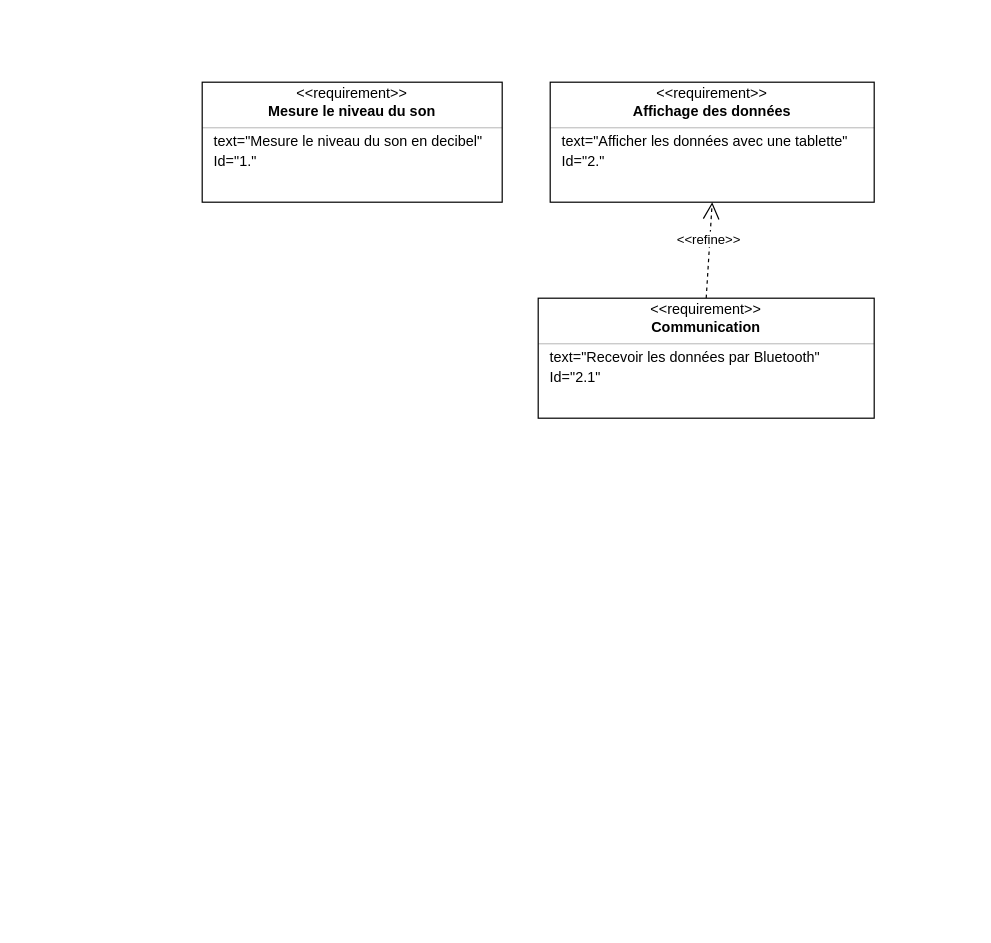
Before: Documents/Diagramme Sysml.drawio in Letsuchinoko/Projet_Drone, a draw.io diagram. Source tidied: cells renumbered, new cells numbered last; positions are measured from the earlier drawing's top-left corner, leaving out a move shared by most shapes. Both pictures are drawn from the tidied source at 120%, with x=0, y=0 at pixel (202, 82).
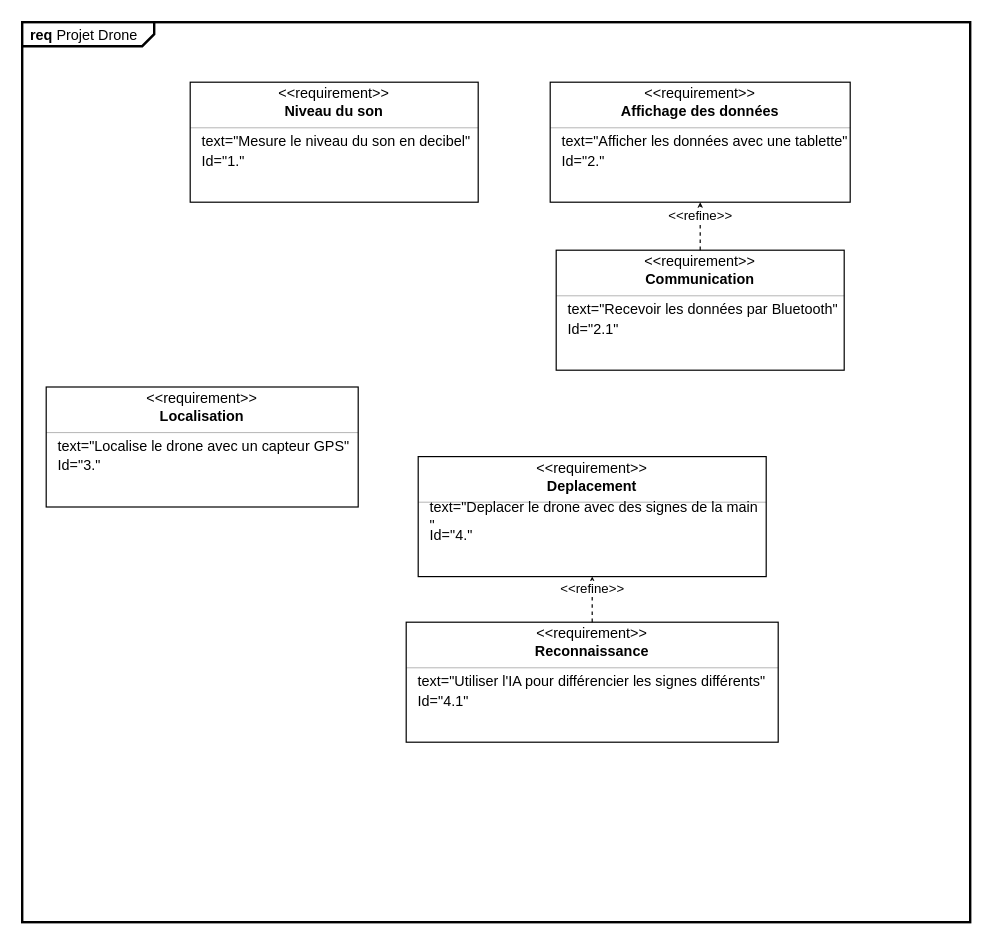
The same diagram, later.

Commit message (it also covers changes not shown here):
Diagramme des exigences

The edit, as a diff of the source:
```diff
@@
+    <mxCell id="24" value="&lt;p style=&quot;margin:0px;margin-top:4px;margin-left:7px;text-align:left;&quot;&gt;&lt;b&gt;req&lt;/b&gt;&amp;nbsp;Projet Drone&lt;/p&gt;" style="html=1;shape=mxgraph.sysml.package;overflow=fill;labelX=110;strokeWidth=2;align=center;" parent="1" vertex="1">
+      <mxGeometry x="-150" y="-50" width="790" height="750" as="geometry" />
+    </mxCell>
     <mxCell id="2" style="fontStyle=1;align=center;verticalAlign=middle;horizontal=1;" parent="1" vertex="1">
-      <mxGeometry width="250" height="100" as="geometry" />
+      <mxGeometry x="-10" width="240" height="100" as="geometry" />
     </mxCell>
     <mxCell id="3" value="&amp;lt;&amp;lt;requirement&amp;gt;&amp;gt;" style="html=1;align=center;spacing=0;verticalAlign=middle;strokeColor=none;fillColor=none;whiteSpace=wrap;spacingTop=3;" parent="2" vertex="1">
-      <mxGeometry width="250" height="16" as="geometry" />
+      <mxGeometry width="240" height="16" as="geometry" />
     </mxCell>
-    <mxCell id="4" value="Mesure le niveau du son" style="html=1;align=center;spacing=0;verticalAlign=middle;strokeColor=none;fillColor=none;whiteSpace=wrap;fontStyle=1;" parent="2" vertex="1">
-      <mxGeometry y="16" width="250" height="18" as="geometry" />
+    <mxCell id="4" value="Niveau du son" style="html=1;align=center;spacing=0;verticalAlign=middle;strokeColor=none;fillColor=none;whiteSpace=wrap;fontStyle=1;" parent="2" vertex="1">
+      <mxGeometry y="16" width="240" height="18" as="geometry" />
     </mxCell>
     <mxCell id="5" style="line;strokeWidth=0.25;fillColor=none;align=left;verticalAlign=middle;spacingTop=-1;spacingLeft=3;spacingRight=3;labelPosition=right;" parent="2" vertex="1">
-      <mxGeometry y="34" width="250" height="8" as="geometry" />
+      <mxGeometry y="34" width="240" height="8" as="geometry" />
     </mxCell>
     <mxCell id="6" value="text=&quot;Mesure le niveau du son en decibel&quot;" style="html=1;align=left;spacing=0;verticalAlign=middle;strokeColor=none;fillColor=none;whiteSpace=wrap;spacingLeft=10;" parent="2" vertex="1">
-      <mxGeometry y="42" width="250" height="16" as="geometry" />
+      <mxGeometry y="42" width="240" height="16" as="geometry" />
     </mxCell>
     <mxCell id="7" value="Id=&quot;1&lt;span style=&quot;background-color: transparent; color: light-dark(rgb(0, 0, 0), rgb(255, 255, 255));&quot;&gt;.&quot;&lt;/span&gt;" style="html=1;align=left;spacing=0;verticalAlign=middle;strokeColor=none;fillColor=none;whiteSpace=wrap;spacingLeft=10;" parent="2" vertex="1">
-      <mxGeometry y="58" width="250" height="16" as="geometry" />
+      <mxGeometry y="58" width="240" height="16" as="geometry" />
     </mxCell>
     <mxCell id="8" style="html=1;align=center;spacing=0;verticalAlign=middle;strokeColor=none;fillColor=none;whiteSpace=wrap;" parent="2" vertex="1">
-      <mxGeometry y="74" width="250" height="26" as="geometry" />
+      <mxGeometry y="74" width="240" height="26" as="geometry" />
     </mxCell>
     <mxCell id="9" style="fontStyle=1;align=center;verticalAlign=middle;horizontal=1;" parent="1" vertex="1">
-      <mxGeometry x="290" width="270" height="100" as="geometry" />
+      <mxGeometry x="290" width="250" height="100" as="geometry" />
     </mxCell>
     <mxCell id="10" value="&amp;lt;&amp;lt;requirement&amp;gt;&amp;gt;" style="html=1;align=center;spacing=0;verticalAlign=middle;strokeColor=none;fillColor=none;whiteSpace=wrap;spacingTop=3;" parent="9" vertex="1">
-      <mxGeometry width="270" height="16" as="geometry" />
+      <mxGeometry width="250" height="16" as="geometry" />
     </mxCell>
     <mxCell id="11" value="Affichage des données" style="html=1;align=center;spacing=0;verticalAlign=middle;strokeColor=none;fillColor=none;whiteSpace=wrap;fontStyle=1;" parent="9" vertex="1">
-      <mxGeometry y="16" width="270" height="18" as="geometry" />
+      <mxGeometry y="16" width="250" height="18" as="geometry" />
     </mxCell>
     <mxCell id="12" style="line;strokeWidth=0.25;fillColor=none;align=left;verticalAlign=middle;spacingTop=-1;spacingLeft=3;spacingRight=3;labelPosition=right;" parent="9" vertex="1">
-      <mxGeometry y="34" width="270" height="8" as="geometry" />
+      <mxGeometry y="34" width="250" height="8" as="geometry" />
     </mxCell>
     <mxCell id="13" value="text=&quot;Afficher les données avec une tablette&quot;" style="html=1;align=left;spacing=0;verticalAlign=middle;strokeColor=none;fillColor=none;whiteSpace=wrap;spacingLeft=10;" parent="9" vertex="1">
-      <mxGeometry y="42" width="270" height="16" as="geometry" />
+      <mxGeometry y="42" width="250" height="16" as="geometry" />
     </mxCell>
     <mxCell id="14" value="Id=&quot;2.&quot;" style="html=1;align=left;spacing=0;verticalAlign=middle;strokeColor=none;fillColor=none;whiteSpace=wrap;spacingLeft=10;" parent="9" vertex="1">
-      <mxGeometry y="58" width="270" height="16" as="geometry" />
+      <mxGeometry y="58" width="250" height="16" as="geometry" />
     </mxCell>
     <mxCell id="15" style="html=1;align=center;spacing=0;verticalAlign=middle;strokeColor=none;fillColor=none;whiteSpace=wrap;" parent="9" vertex="1">
-      <mxGeometry y="74" width="270" height="26" as="geometry" />
+      <mxGeometry y="74" width="250" height="26" as="geometry" />
     </mxCell>
-    <mxCell id="16" value="&amp;lt;&amp;lt;refine&amp;gt;&amp;gt;" style="edgeStyle=none;html=1;endArrow=open;endSize=12;dashed=1;verticalAlign=bottom;rounded=0;entryX=0.5;entryY=1;entryDx=0;entryDy=0;exitX=0.5;exitY=0;exitDx=0;exitDy=0;" parent="1" edge="1" source="18" target="15">
-      <mxGeometry relative="1" as="geometry" />
-    </mxCell>
+    <mxCell id="25" style="fontStyle=1;align=center;verticalAlign=middle;horizontal=1;" parent="1" vertex="1">
+      <mxGeometry x="-130" y="254" width="260" height="100" as="geometry" />
+    </mxCell>
+    <mxCell id="26" value="&amp;lt;&amp;lt;requirement&amp;gt;&amp;gt;" style="html=1;align=center;spacing=0;verticalAlign=middle;strokeColor=none;fillColor=none;whiteSpace=wrap;spacingTop=3;" parent="25" vertex="1">
+      <mxGeometry width="260" height="16" as="geometry" />
+    </mxCell>
+    <mxCell id="27" value="Localisation" style="html=1;align=center;spacing=0;verticalAlign=middle;strokeColor=none;fillColor=none;whiteSpace=wrap;fontStyle=1;" parent="25" vertex="1">
+      <mxGeometry y="16" width="260" height="18" as="geometry" />
+    </mxCell>
+    <mxCell id="28" style="line;strokeWidth=0.25;fillColor=none;align=left;verticalAlign=middle;spacingTop=-1;spacingLeft=3;spacingRight=3;labelPosition=right;" parent="25" vertex="1">
+      <mxGeometry y="34" width="260" height="8" as="geometry" />
+    </mxCell>
+    <mxCell id="29" value="text=&quot;Localise le drone avec un capteur GPS&lt;span style=&quot;background-color: transparent; color: light-dark(rgb(0, 0, 0), rgb(255, 255, 255));&quot;&gt;&quot;&lt;/span&gt;" style="html=1;align=left;spacing=0;verticalAlign=middle;strokeColor=none;fillColor=none;whiteSpace=wrap;spacingLeft=10;" parent="25" vertex="1">
+      <mxGeometry y="42" width="260" height="16" as="geometry" />
+    </mxCell>
+    <mxCell id="30" value="Id=&quot;3.&quot;" style="html=1;align=left;spacing=0;verticalAlign=middle;strokeColor=none;fillColor=none;whiteSpace=wrap;spacingLeft=10;" parent="25" vertex="1">
+      <mxGeometry y="58" width="260" height="16" as="geometry" />
+    </mxCell>
+    <mxCell id="31" style="html=1;align=center;spacing=0;verticalAlign=middle;strokeColor=none;fillColor=none;whiteSpace=wrap;" parent="25" vertex="1">
+      <mxGeometry y="74" width="260" height="26" as="geometry" />
+    </mxCell>
     <mxCell id="17" style="fontStyle=1;align=center;verticalAlign=middle;horizontal=1;" parent="1" vertex="1">
-      <mxGeometry x="280" y="180" width="280" height="100" as="geometry" />
+      <mxGeometry x="295" y="140" width="240" height="100" as="geometry" />
     </mxCell>
     <mxCell id="18" value="&amp;lt;&amp;lt;requirement&amp;gt;&amp;gt;" style="html=1;align=center;spacing=0;verticalAlign=middle;strokeColor=none;fillColor=none;whiteSpace=wrap;spacingTop=3;" parent="17" vertex="1">
-      <mxGeometry width="280" height="16" as="geometry" />
+      <mxGeometry width="240" height="16" as="geometry" />
     </mxCell>
     <mxCell id="19" value="Communication" style="html=1;align=center;spacing=0;verticalAlign=middle;strokeColor=none;fillColor=none;whiteSpace=wrap;fontStyle=1;" parent="17" vertex="1">
-      <mxGeometry y="16" width="280" height="18" as="geometry" />
+      <mxGeometry y="16" width="240" height="18" as="geometry" />
     </mxCell>
     <mxCell id="20" style="line;strokeWidth=0.25;fillColor=none;align=left;verticalAlign=middle;spacingTop=-1;spacingLeft=3;spacingRight=3;labelPosition=right;" parent="17" vertex="1">
-      <mxGeometry y="34" width="280" height="8" as="geometry" />
+      <mxGeometry y="34" width="240" height="8" as="geometry" />
     </mxCell>
     <mxCell id="21" value="text=&quot;Recevoir les données par Bluetooth&quot;" style="html=1;align=left;spacing=0;verticalAlign=middle;strokeColor=none;fillColor=none;whiteSpace=wrap;spacingLeft=10;" parent="17" vertex="1">
-      <mxGeometry y="42" width="280" height="16" as="geometry" />
+      <mxGeometry y="42" width="240" height="16" as="geometry" />
     </mxCell>
     <mxCell id="22" value="Id=&quot;2&lt;span style=&quot;background-color: transparent; color: light-dark(rgb(0, 0, 0), rgb(255, 255, 255));&quot;&gt;.1&quot;&lt;/span&gt;" style="html=1;align=left;spacing=0;verticalAlign=middle;strokeColor=none;fillColor=none;whiteSpace=wrap;spacingLeft=10;" parent="17" vertex="1">
-      <mxGeometry y="58" width="280" height="16" as="geometry" />
+      <mxGeometry y="58" width="240" height="16" as="geometry" />
     </mxCell>
     <mxCell id="23" style="html=1;align=center;spacing=0;verticalAlign=middle;strokeColor=none;fillColor=none;whiteSpace=wrap;" parent="17" vertex="1">
-      <mxGeometry y="74" width="280" height="26" as="geometry" />
+      <mxGeometry y="74" width="240" height="26" as="geometry" />
     </mxCell>
+    <mxCell id="16" value="&amp;lt;&amp;lt;refine&amp;gt;&amp;gt;" style="edgeStyle=none;html=1;endArrow=open;endSize=12;dashed=1;verticalAlign=bottom;rounded=0;entryX=0.5;entryY=1;entryDx=0;entryDy=0;exitX=0.5;exitY=0;exitDx=0;exitDy=0;" parent="1" edge="1" source="18" target="15">
+      <mxGeometry relative="1" as="geometry" />
+    </mxCell>
+    <mxCell id="32" style="fontStyle=1;align=center;verticalAlign=middle;horizontal=1;" parent="1" vertex="1">
+      <mxGeometry x="180" y="312" width="290" height="100" as="geometry" />
+    </mxCell>
+    <mxCell id="33" value="&amp;lt;&amp;lt;requirement&amp;gt;&amp;gt;" style="html=1;align=center;spacing=0;verticalAlign=middle;strokeColor=none;fillColor=none;whiteSpace=wrap;spacingTop=3;" parent="32" vertex="1">
+      <mxGeometry width="290" height="16" as="geometry" />
+    </mxCell>
+    <mxCell id="34" value="Deplacement" style="html=1;align=center;spacing=0;verticalAlign=middle;strokeColor=none;fillColor=none;whiteSpace=wrap;fontStyle=1;" parent="32" vertex="1">
+      <mxGeometry y="16" width="290" height="18" as="geometry" />
+    </mxCell>
+    <mxCell id="35" style="line;strokeWidth=0.25;fillColor=none;align=left;verticalAlign=middle;spacingTop=-1;spacingLeft=3;spacingRight=3;labelPosition=right;" parent="32" vertex="1">
+      <mxGeometry y="34" width="290" height="8" as="geometry" />
+    </mxCell>
+    <mxCell id="36" value="text=&quot;Deplacer le drone avec des signes de la main&lt;div&gt;&quot;&lt;/div&gt;" style="html=1;align=left;spacing=0;verticalAlign=middle;strokeColor=none;fillColor=none;whiteSpace=wrap;spacingLeft=10;" parent="32" vertex="1">
+      <mxGeometry y="42" width="290" height="16" as="geometry" />
+    </mxCell>
+    <mxCell id="37" value="Id=&quot;4.&quot;" style="html=1;align=left;spacing=0;verticalAlign=middle;strokeColor=none;fillColor=none;whiteSpace=wrap;spacingLeft=10;" parent="32" vertex="1">
+      <mxGeometry y="58" width="290" height="16" as="geometry" />
+    </mxCell>
+    <mxCell id="38" style="html=1;align=center;spacing=0;verticalAlign=middle;strokeColor=none;fillColor=none;whiteSpace=wrap;" parent="32" vertex="1">
+      <mxGeometry y="74" width="290" height="26" as="geometry" />
+    </mxCell>
+    <mxCell id="39" style="fontStyle=1;align=center;verticalAlign=middle;horizontal=1;" parent="1" vertex="1">
+      <mxGeometry x="170" y="450" width="310" height="100" as="geometry" />
+    </mxCell>
+    <mxCell id="40" value="&amp;lt;&amp;lt;requirement&amp;gt;&amp;gt;" style="html=1;align=center;spacing=0;verticalAlign=middle;strokeColor=none;fillColor=none;whiteSpace=wrap;spacingTop=3;" parent="39" vertex="1">
+      <mxGeometry width="310" height="16" as="geometry" />
+    </mxCell>
+    <mxCell id="41" value="Reconnaissance" style="html=1;align=center;spacing=0;verticalAlign=middle;strokeColor=none;fillColor=none;whiteSpace=wrap;fontStyle=1;" parent="39" vertex="1">
+      <mxGeometry y="16" width="310" height="18" as="geometry" />
+    </mxCell>
+    <mxCell id="42" style="line;strokeWidth=0.25;fillColor=none;align=left;verticalAlign=middle;spacingTop=-1;spacingLeft=3;spacingRight=3;labelPosition=right;" parent="39" vertex="1">
+      <mxGeometry y="34" width="310" height="8" as="geometry" />
+    </mxCell>
+    <mxCell id="43" value="text=&quot;Utiliser l'IA pour différencier les signes différents&quot;" style="html=1;align=left;spacing=0;verticalAlign=middle;strokeColor=none;fillColor=none;whiteSpace=wrap;spacingLeft=10;" parent="39" vertex="1">
+      <mxGeometry y="42" width="310" height="16" as="geometry" />
+    </mxCell>
+    <mxCell id="44" value="Id=&quot;4.1&quot;" style="html=1;align=left;spacing=0;verticalAlign=middle;strokeColor=none;fillColor=none;whiteSpace=wrap;spacingLeft=10;" parent="39" vertex="1">
+      <mxGeometry y="58" width="310" height="16" as="geometry" />
+    </mxCell>
+    <mxCell id="45" style="html=1;align=center;spacing=0;verticalAlign=middle;strokeColor=none;fillColor=none;whiteSpace=wrap;" parent="39" vertex="1">
+      <mxGeometry y="74" width="310" height="26" as="geometry" />
+    </mxCell>
+    <mxCell id="46" value="&amp;lt;&amp;lt;refine&amp;gt;&amp;gt;" style="edgeStyle=none;html=1;endArrow=open;endSize=12;dashed=1;verticalAlign=bottom;rounded=0;entryX=0.5;entryY=1;entryDx=0;entryDy=0;exitX=0.5;exitY=0;exitDx=0;exitDy=0;" parent="1" edge="1" source="40" target="38">
+      <mxGeometry relative="1" as="geometry" />
+    </mxCell>
```
